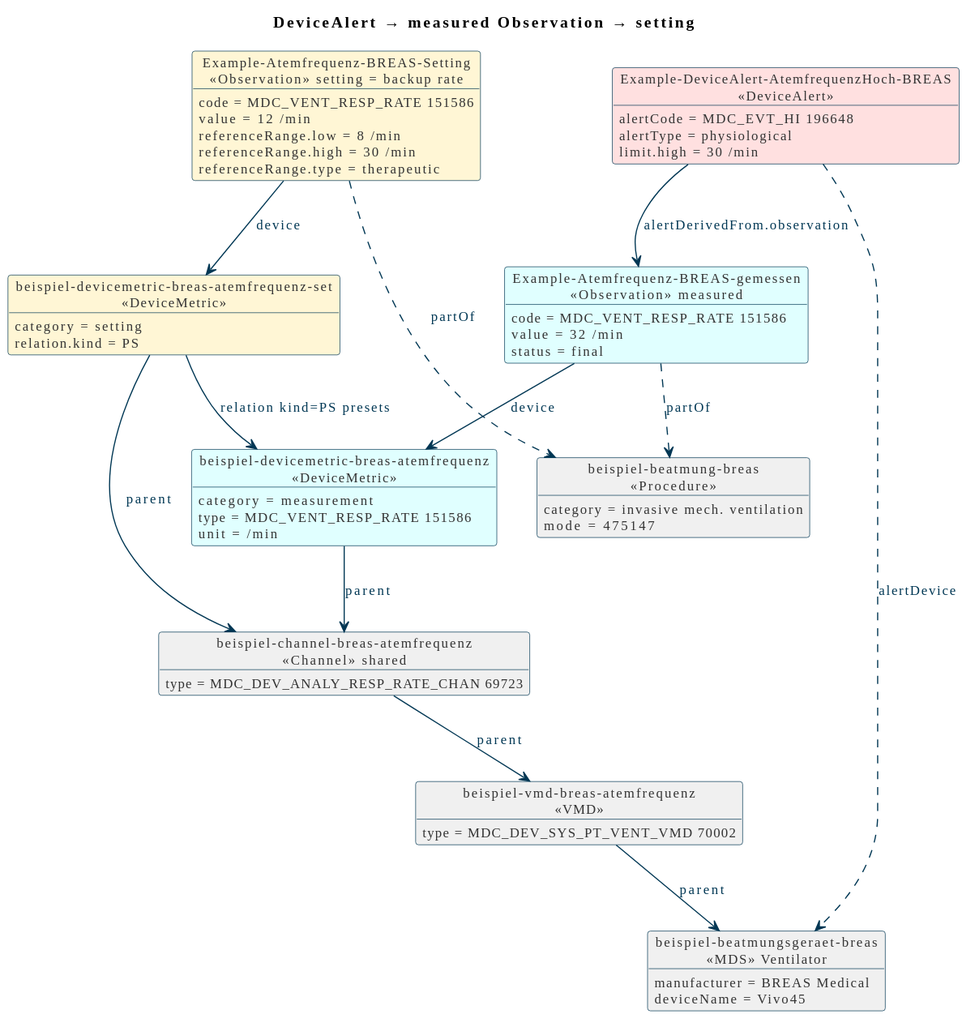
Above: input/images/T-CABS_Alert_Observation_Setting.svg in BIH-CEI/T-CABS (PlantUML), before the change.
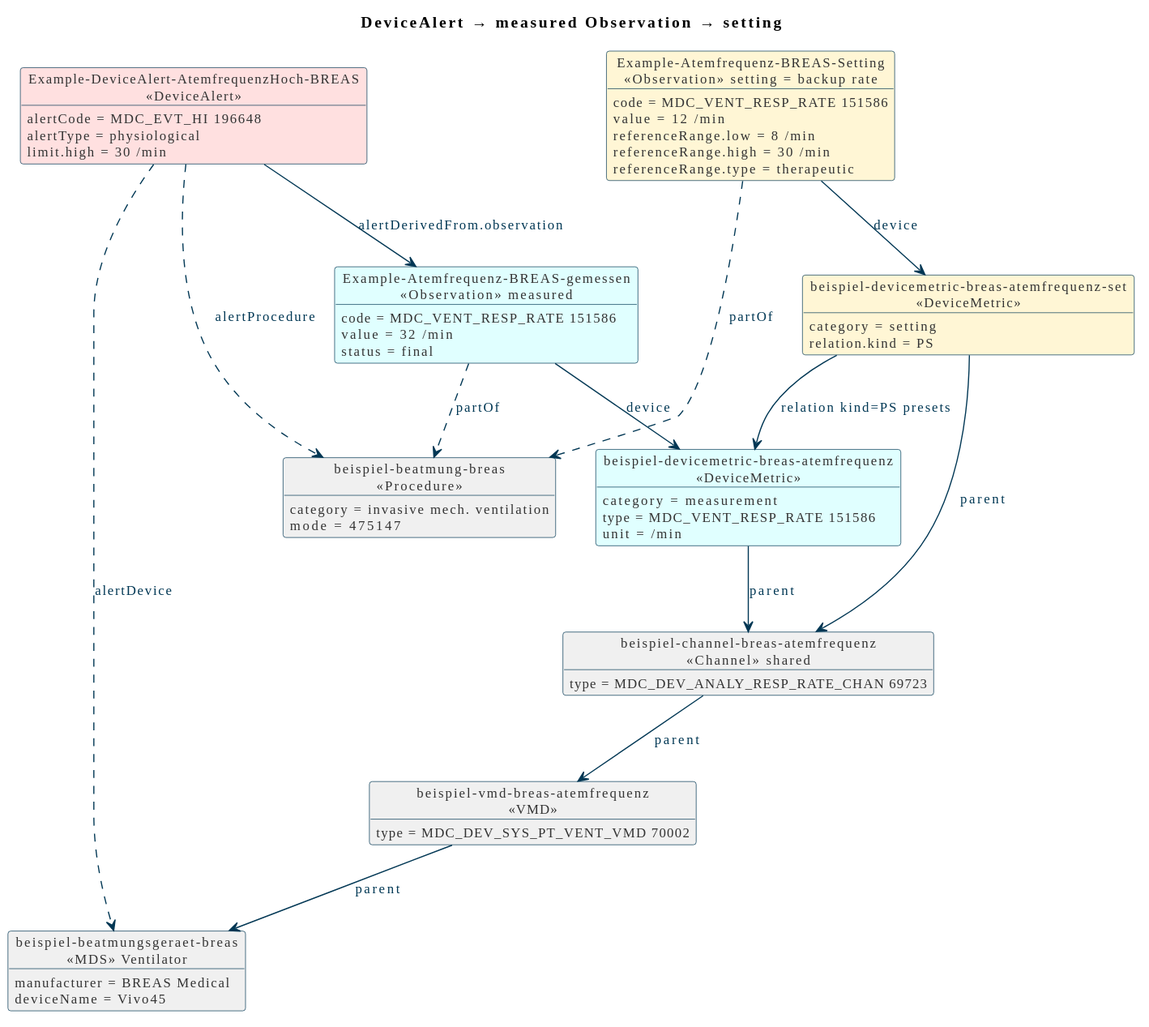
The same diagram one commit later.

Diff of the diagram source:
```diff
@@ -74,6 +74,7 @@
 chan --> vmd : parent
 vmd --> mds : parent
 
+alert   ..> proc : alertProcedure
 measObs ..> proc : partOf
 setObs  ..> proc : partOf
 @enduml
```
